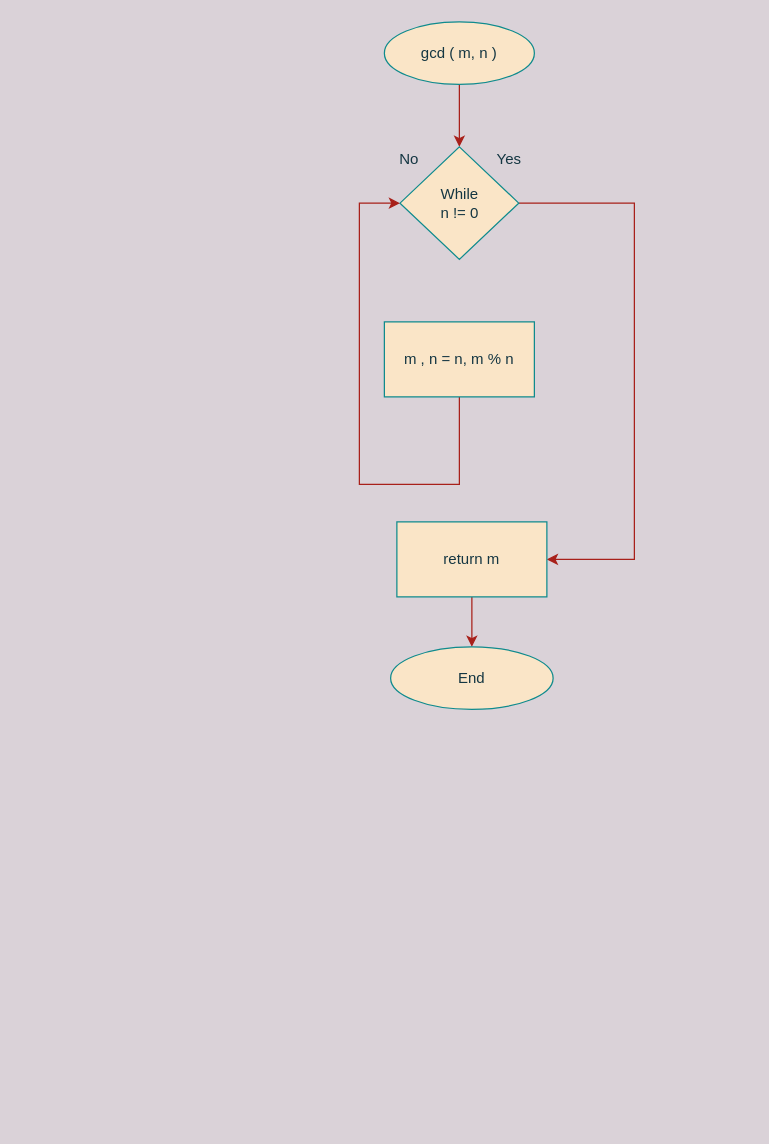
Before: page "DZ6" (6 of 9) of Learning-Python/Algorithms-Data Structures/LoopsRecurtionsFunctions/Homework/DZ.drawio in IgnatikVodichka/Python-Projects, a draw.io diagram. Source tidied: cells renumbered, new cells numbered last; positions are measured from the earlier drawing's top-left corner, leaving out a move shared by most shapes. Both pictures are drawn from the tidied source at 125%, with x=0, y=0 at pixel (359, 21).
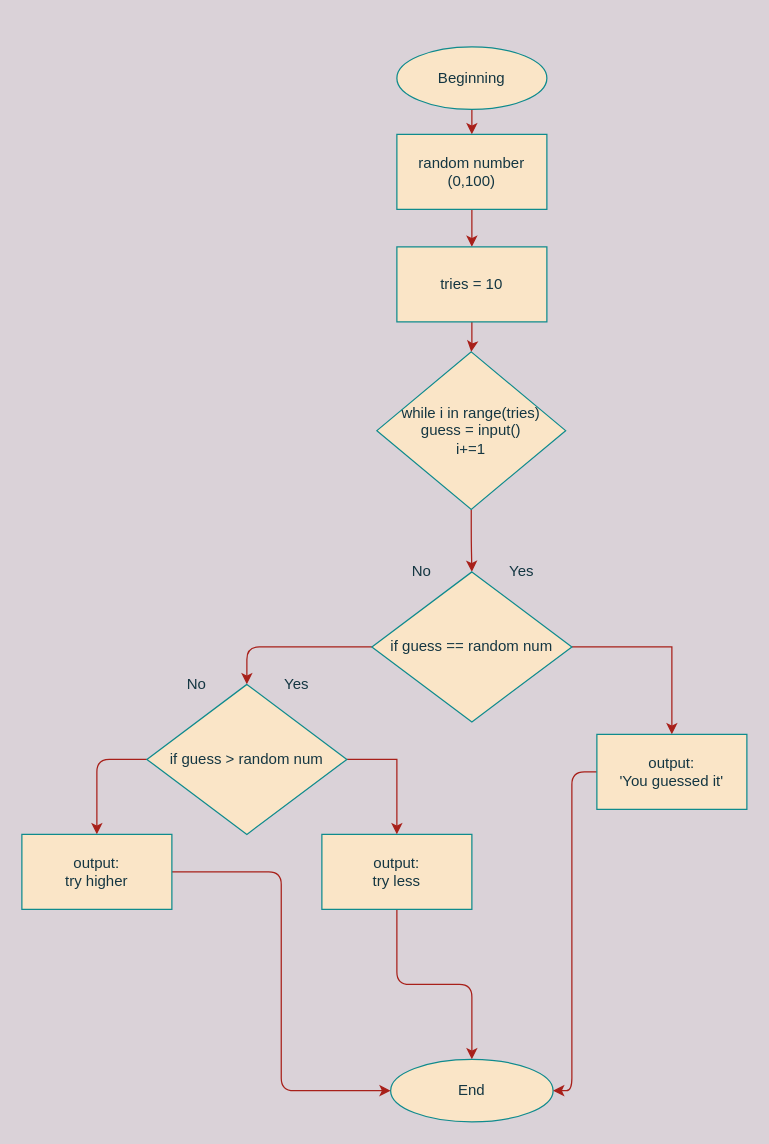
Above is the later version.

Diff of the diagram source:
```diff
@@
-    <mxCell id="2" style="edgeStyle=orthogonalEdgeStyle;rounded=0;jettySize=auto;html=1;entryX=0.5;entryY=0;entryDx=0;entryDy=0;labelBackgroundColor=#DAD2D8;strokeColor=#A8201A;fontColor=#143642;" parent="1" edge="1" source="3" target="5">
-      <mxGeometry relative="1" as="geometry" />
-    </mxCell>
-    <mxCell id="3" value="gcd ( m, n )" style="ellipse;whiteSpace=wrap;html=1;fillColor=#FAE5C7;strokeColor=#0F8B8D;fontColor=#143642;" parent="1" vertex="1">
-      <mxGeometry x="20" width="120" height="50" as="geometry" />
-    </mxCell>
-    <mxCell id="4" style="edgeStyle=orthogonalEdgeStyle;rounded=0;jettySize=auto;html=1;entryX=1;entryY=0.5;entryDx=0;entryDy=0;labelBackgroundColor=#DAD2D8;strokeColor=#A8201A;fontColor=#143642;" parent="1" edge="1" source="5" target="7">
-      <mxGeometry relative="1" as="geometry">
-        <Array as="points">
-          <mxPoint x="220" y="145" />
-          <mxPoint x="220" y="430" />
-        </Array>
-      </mxGeometry>
-    </mxCell>
+    <mxCell id="13" style="edgeStyle=orthogonalEdgeStyle;curved=0;rounded=1;sketch=0;jettySize=auto;html=1;entryX=0.5;entryY=0;entryDx=0;entryDy=0;strokeColor=#A8201A;fillColor=#FAE5C7;fontColor=#143642;" parent="1" edge="1" source="5" target="24">
+      <mxGeometry relative="1" as="geometry" />
+    </mxCell>
-    <mxCell id="5" value="While&lt;br&gt;n != 0" style="rhombus;whiteSpace=wrap;html=1;fillColor=#FAE5C7;strokeColor=#0F8B8D;fontColor=#143642;" parent="1" vertex="1">
-      <mxGeometry x="32.5" y="100" width="95" height="90" as="geometry" />
+    <mxCell id="5" value="while i in range(tries)&lt;br&gt;guess = input()&lt;br&gt;i+=1" style="rhombus;whiteSpace=wrap;html=1;fillColor=#FAE5C7;strokeColor=#0F8B8D;fontColor=#143642;" parent="1" vertex="1">
+      <mxGeometry x="14" y="264" width="151" height="126" as="geometry" />
     </mxCell>
-    <mxCell id="6" style="edgeStyle=orthogonalEdgeStyle;rounded=0;jettySize=auto;html=1;entryX=0.5;entryY=0;entryDx=0;entryDy=0;labelBackgroundColor=#DAD2D8;strokeColor=#A8201A;fontColor=#143642;" parent="1" edge="1" source="7" target="10">
-      <mxGeometry relative="1" as="geometry" />
-    </mxCell>
-    <mxCell id="7" value="return m" style="rounded=0;whiteSpace=wrap;html=1;fillColor=#FAE5C7;strokeColor=#0F8B8D;fontColor=#143642;" parent="1" vertex="1">
-      <mxGeometry x="30" y="400" width="120" height="60" as="geometry" />
-    </mxCell>
-    <mxCell id="8" style="edgeStyle=orthogonalEdgeStyle;rounded=0;jettySize=auto;html=1;entryX=0;entryY=0.5;entryDx=0;entryDy=0;labelBackgroundColor=#DAD2D8;strokeColor=#A8201A;fontColor=#143642;" parent="1" edge="1" source="9" target="5">
-      <mxGeometry relative="1" as="geometry">
-        <Array as="points">
-          <mxPoint x="80" y="370" />
-          <mxPoint y="370" />
-          <mxPoint y="145" />
-        </Array>
-      </mxGeometry>
-    </mxCell>
-    <mxCell id="9" value="m , n = n, m % n" style="rounded=0;whiteSpace=wrap;html=1;fillColor=#FAE5C7;strokeColor=#0F8B8D;fontColor=#143642;" parent="1" vertex="1">
-      <mxGeometry x="20" y="240" width="120" height="60" as="geometry" />
-    </mxCell>
-    <mxCell id="10" value="End" style="ellipse;whiteSpace=wrap;html=1;fillColor=#FAE5C7;strokeColor=#0F8B8D;fontColor=#143642;" parent="1" vertex="1">
-      <mxGeometry x="25" y="500" width="130" height="50" as="geometry" />
-    </mxCell>
     <mxCell id="11" value="Yes" style="text;html=1;strokeColor=none;fillColor=none;align=center;verticalAlign=middle;whiteSpace=wrap;rounded=0;fontColor=#143642;" parent="1" vertex="1">
-      <mxGeometry x="100" y="100" width="40" height="20" as="geometry" />
+      <mxGeometry x="110" y="430" width="40" height="20" as="geometry" />
     </mxCell>
     <mxCell id="12" value="No" style="text;html=1;strokeColor=none;fillColor=none;align=center;verticalAlign=middle;whiteSpace=wrap;rounded=0;fontColor=#143642;" parent="1" vertex="1">
-      <mxGeometry x="20" y="100" width="40" height="20" as="geometry" />
+      <mxGeometry x="30" y="430" width="40" height="20" as="geometry" />
     </mxCell>
+    <mxCell id="14" style="edgeStyle=orthogonalEdgeStyle;curved=0;rounded=1;sketch=0;jettySize=auto;html=1;entryX=0.5;entryY=0;entryDx=0;entryDy=0;strokeColor=#A8201A;fillColor=#FAE5C7;fontColor=#143642;" parent="1" edge="1" source="15" target="19">
+      <mxGeometry relative="1" as="geometry" />
+    </mxCell>
+    <mxCell id="15" value="Beginning" style="ellipse;whiteSpace=wrap;html=1;fillColor=#FAE5C7;strokeColor=#0F8B8D;fontColor=#143642;" parent="1" vertex="1">
+      <mxGeometry x="30" y="20" width="120" height="50" as="geometry" />
+    </mxCell>
+    <mxCell id="16" style="edgeStyle=orthogonalEdgeStyle;curved=0;rounded=1;sketch=0;jettySize=auto;html=1;entryX=0.5;entryY=0;entryDx=0;entryDy=0;strokeColor=#A8201A;fillColor=#FAE5C7;fontColor=#143642;" parent="1" edge="1" source="17" target="10">
+      <mxGeometry relative="1" as="geometry" />
+    </mxCell>
+    <mxCell id="17" value="output:&lt;br&gt;try less" style="rounded=0;whiteSpace=wrap;html=1;fillColor=#FAE5C7;strokeColor=#0F8B8D;fontColor=#143642;" parent="1" vertex="1">
+      <mxGeometry x="-30" y="650" width="120" height="60" as="geometry" />
+    </mxCell>
+    <mxCell id="18" style="edgeStyle=orthogonalEdgeStyle;curved=0;rounded=1;sketch=0;jettySize=auto;html=1;entryX=0.5;entryY=0;entryDx=0;entryDy=0;strokeColor=#A8201A;fillColor=#FAE5C7;fontColor=#143642;" parent="1" edge="1" source="19" target="21">
+      <mxGeometry relative="1" as="geometry" />
+    </mxCell>
+    <mxCell id="19" value="random number (0,100)" style="rounded=0;whiteSpace=wrap;html=1;fillColor=#FAE5C7;strokeColor=#0F8B8D;fontColor=#143642;" parent="1" vertex="1">
+      <mxGeometry x="30" y="90" width="120" height="60" as="geometry" />
+    </mxCell>
+    <mxCell id="10" value="End" style="ellipse;whiteSpace=wrap;html=1;fillColor=#FAE5C7;strokeColor=#0F8B8D;fontColor=#143642;" parent="1" vertex="1">
+      <mxGeometry x="25" y="830" width="130" height="50" as="geometry" />
+    </mxCell>
+    <mxCell id="20" style="edgeStyle=orthogonalEdgeStyle;curved=0;rounded=1;sketch=0;jettySize=auto;html=1;strokeColor=#A8201A;fillColor=#FAE5C7;fontColor=#143642;" parent="1" edge="1" source="21" target="5">
+      <mxGeometry relative="1" as="geometry" />
+    </mxCell>
+    <mxCell id="21" value="tries = 10" style="rounded=0;whiteSpace=wrap;html=1;fillColor=#FAE5C7;strokeColor=#0F8B8D;fontColor=#143642;" parent="1" vertex="1">
+      <mxGeometry x="30" y="180" width="120" height="60" as="geometry" />
+    </mxCell>
+    <mxCell id="22" style="edgeStyle=orthogonalEdgeStyle;rounded=0;jettySize=auto;html=1;labelBackgroundColor=#DAD2D8;strokeColor=#A8201A;fontColor=#143642;" parent="1" edge="1" source="24" target="26">
+      <mxGeometry relative="1" as="geometry" />
+    </mxCell>
+    <mxCell id="23" style="edgeStyle=orthogonalEdgeStyle;curved=0;rounded=1;sketch=0;jettySize=auto;html=1;entryX=0.5;entryY=0;entryDx=0;entryDy=0;strokeColor=#A8201A;fillColor=#FAE5C7;fontColor=#143642;" parent="1" edge="1" source="24" target="31">
+      <mxGeometry relative="1" as="geometry" />
+    </mxCell>
+    <mxCell id="24" value="if guess == random num" style="rhombus;whiteSpace=wrap;html=1;fillColor=#FAE5C7;strokeColor=#0F8B8D;fontColor=#143642;" parent="1" vertex="1">
+      <mxGeometry x="10" y="440" width="160" height="120" as="geometry" />
+    </mxCell>
+    <mxCell id="25" style="edgeStyle=orthogonalEdgeStyle;curved=0;rounded=1;sketch=0;jettySize=auto;html=1;entryX=1;entryY=0.5;entryDx=0;entryDy=0;strokeColor=#A8201A;fillColor=#FAE5C7;fontColor=#143642;" parent="1" edge="1" source="26" target="10">
+      <mxGeometry relative="1" as="geometry">
+        <Array as="points">
+          <mxPoint x="170" y="600" />
+          <mxPoint x="170" y="855" />
+        </Array>
+      </mxGeometry>
+    </mxCell>
+    <mxCell id="26" value="output:&lt;br&gt;'You guessed it'" style="rounded=0;whiteSpace=wrap;html=1;fillColor=#FAE5C7;strokeColor=#0F8B8D;fontColor=#143642;" parent="1" vertex="1">
+      <mxGeometry x="190" y="570" width="120" height="60" as="geometry" />
+    </mxCell>
+    <mxCell id="27" value="Yes" style="text;html=1;strokeColor=none;fillColor=none;align=center;verticalAlign=middle;whiteSpace=wrap;rounded=0;fontColor=#143642;" parent="1" vertex="1">
+      <mxGeometry x="-70" y="520" width="40" height="20" as="geometry" />
+    </mxCell>
+    <mxCell id="28" value="No" style="text;html=1;strokeColor=none;fillColor=none;align=center;verticalAlign=middle;whiteSpace=wrap;rounded=0;fontColor=#143642;" parent="1" vertex="1">
+      <mxGeometry x="-150" y="520" width="40" height="20" as="geometry" />
+    </mxCell>
+    <mxCell id="29" style="edgeStyle=orthogonalEdgeStyle;rounded=0;jettySize=auto;html=1;entryX=0.5;entryY=0;entryDx=0;entryDy=0;labelBackgroundColor=#DAD2D8;strokeColor=#A8201A;fontColor=#143642;" parent="1" edge="1" source="31" target="17">
+      <mxGeometry relative="1" as="geometry">
+        <Array as="points">
+          <mxPoint x="30" y="590" />
+        </Array>
+      </mxGeometry>
+    </mxCell>
+    <mxCell id="30" style="edgeStyle=orthogonalEdgeStyle;curved=0;rounded=1;sketch=0;jettySize=auto;html=1;entryX=0.5;entryY=0;entryDx=0;entryDy=0;strokeColor=#A8201A;fillColor=#FAE5C7;fontColor=#143642;" parent="1" edge="1" source="31" target="33">
+      <mxGeometry relative="1" as="geometry">
+        <Array as="points">
+          <mxPoint x="-210" y="590" />
+        </Array>
+      </mxGeometry>
+    </mxCell>
+    <mxCell id="31" value="if guess &amp;gt; random num" style="rhombus;whiteSpace=wrap;html=1;fillColor=#FAE5C7;strokeColor=#0F8B8D;fontColor=#143642;" parent="1" vertex="1">
+      <mxGeometry x="-170" y="530" width="160" height="120" as="geometry" />
+    </mxCell>
+    <mxCell id="32" style="edgeStyle=orthogonalEdgeStyle;curved=0;rounded=1;sketch=0;jettySize=auto;html=1;entryX=0;entryY=0.5;entryDx=0;entryDy=0;strokeColor=#A8201A;fillColor=#FAE5C7;fontColor=#143642;" parent="1" edge="1" source="33" target="10">
+      <mxGeometry relative="1" as="geometry" />
+    </mxCell>
+    <mxCell id="33" value="output:&lt;br&gt;try higher" style="rounded=0;whiteSpace=wrap;html=1;fillColor=#FAE5C7;strokeColor=#0F8B8D;fontColor=#143642;" parent="1" vertex="1">
+      <mxGeometry x="-270" y="650" width="120" height="60" as="geometry" />
+    </mxCell>
```
